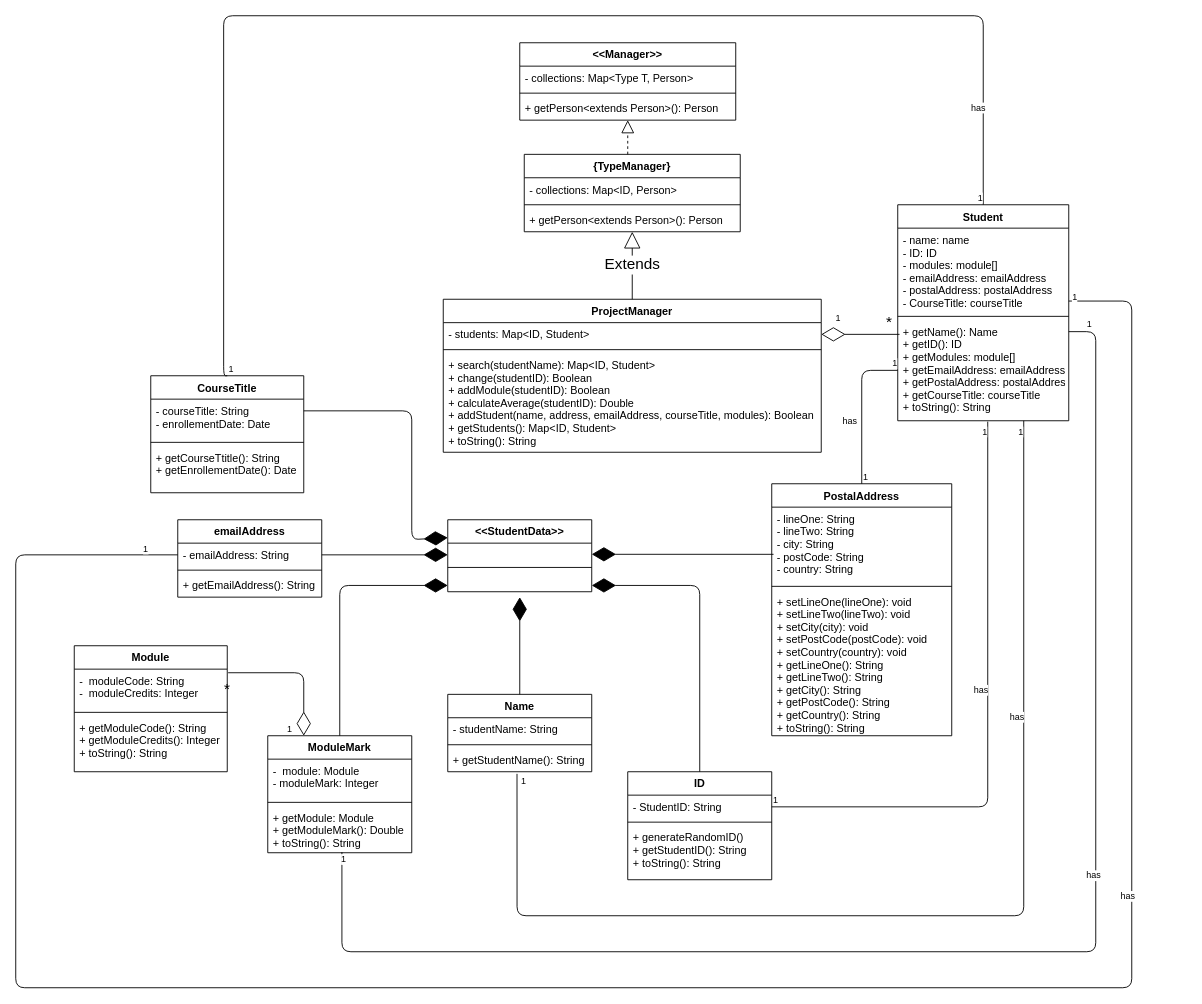
Above: Design/UML/UMLCSC2021.drawio in runnily/csc2021_assignment1 (draw.io), before the change. Source tidied: cells renumbered, new cells numbered last; positions are measured from the earlier drawing's top-left corner, leaving out a move shared by most shapes. Both pictures are drawn from the tidied source at 90%, with x=0, y=0 at pixel (15, 15).
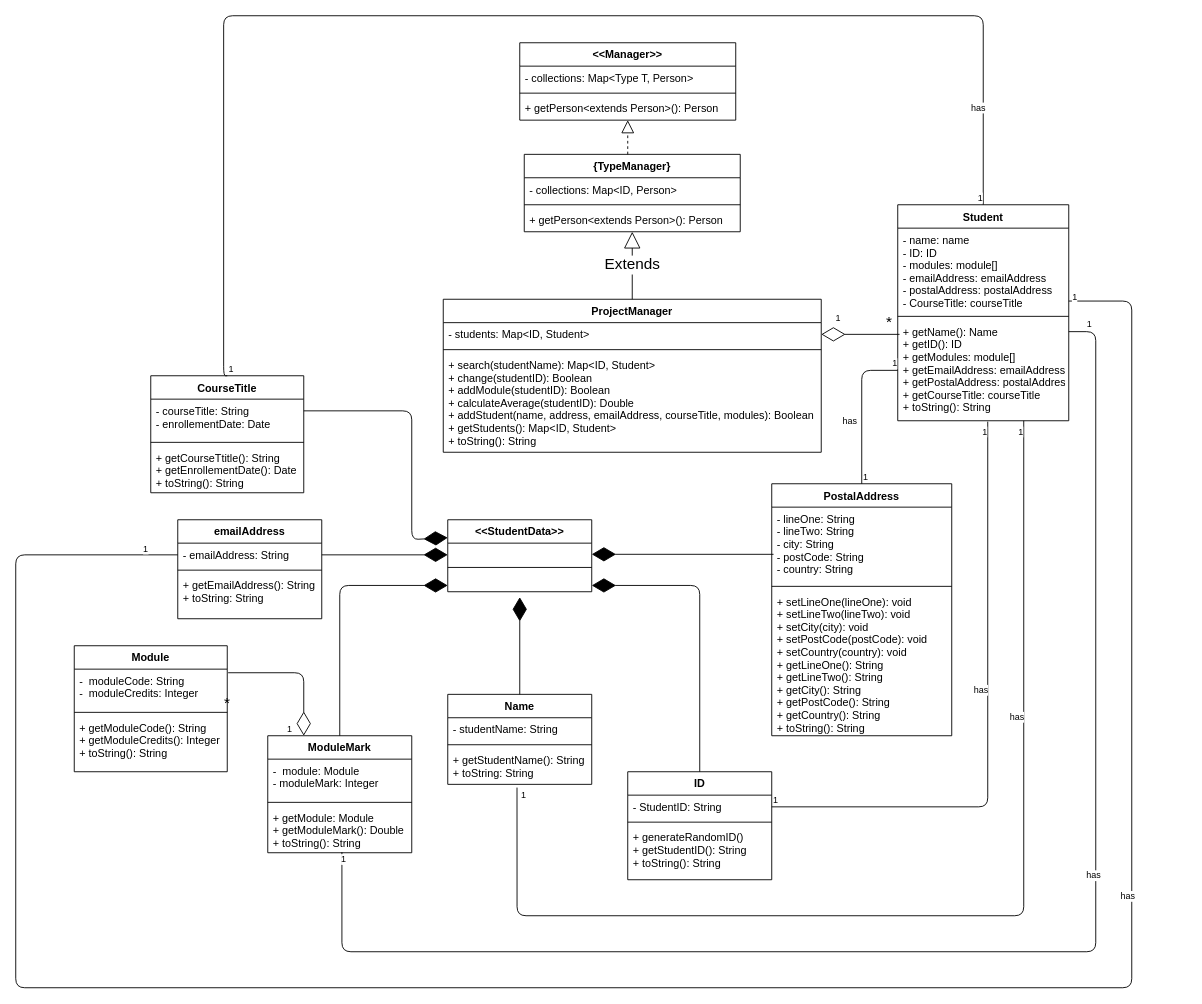
After the change.

Unchanged cells that the change refers to:
```xml
<mxCell id="46" value="CourseTitle" style="swimlane;fontStyle=1;align=center;verticalAlign=top;horizontal=1;startSize=26;" parent="1" vertex="1">
  <mxGeometry x="150" y="400" width="170" height="130" as="geometry" />
</mxCell>
```

Diff of the diagram source:
```diff
@@
     <mxCell id="25" value="Name" style="swimlane;fontStyle=1;align=center;verticalAlign=top;horizontal=1;startSize=26;" parent="1" vertex="1">
-      <mxGeometry x="480" y="754" width="160" height="86" as="geometry" />
+      <mxGeometry x="480" y="754" width="160" height="100" as="geometry" />
     </mxCell>
@@
-    <mxCell id="28" value="+ getStudentName(): String" style="text;strokeColor=none;fillColor=none;align=left;verticalAlign=top;spacingLeft=4;spacingRight=4;overflow=hidden;points=[[0,0.5],[1,0.5]];portConstraint=eastwest;" parent="25" vertex="1">
-      <mxGeometry y="60" width="160" height="26" as="geometry" />
+    <mxCell id="28" value="+ getStudentName(): String&#10;+ toString: String" style="text;strokeColor=none;fillColor=none;align=left;verticalAlign=top;spacingLeft=4;spacingRight=4;overflow=hidden;points=[[0,0.5],[1,0.5]];portConstraint=eastwest;" parent="25" vertex="1">
+      <mxGeometry y="60" width="160" height="40" as="geometry" />
     </mxCell>
@@
     <mxCell id="33" value="emailAddress" style="swimlane;fontStyle=1;align=center;verticalAlign=top;horizontal=1;startSize=26;" parent="1" vertex="1">
-      <mxGeometry x="180" y="560" width="160" height="86" as="geometry" />
+      <mxGeometry x="180" y="560" width="160" height="110" as="geometry" />
     </mxCell>
@@
-    <mxCell id="36" value="+ getEmailAddress(): String" style="text;strokeColor=none;fillColor=none;align=left;verticalAlign=top;spacingLeft=4;spacingRight=4;overflow=hidden;" parent="33" vertex="1">
-      <mxGeometry y="60" width="160" height="26" as="geometry" />
+    <mxCell id="36" value="+ getEmailAddress(): String&#10;+ toString: String" style="text;strokeColor=none;fillColor=none;align=left;verticalAlign=top;spacingLeft=4;spacingRight=4;overflow=hidden;" parent="33" vertex="1">
+      <mxGeometry y="60" width="160" height="50" as="geometry" />
     </mxCell>
@@
-    <mxCell id="49" value="+ getCourseTtitle(): String&#10;+ getEnrollementDate(): Date" style="text;strokeColor=none;fillColor=none;align=left;verticalAlign=top;spacingLeft=4;spacingRight=4;overflow=hidden;" parent="46" vertex="1">
+    <mxCell id="49" value="+ getCourseTtitle(): String&#10;+ getEnrollementDate(): Date&#10;+ toString(): String" style="text;strokeColor=none;fillColor=none;align=left;verticalAlign=top;spacingLeft=4;spacingRight=4;overflow=hidden;" parent="46" vertex="1">
       <mxGeometry y="78" width="170" height="52" as="geometry" />
     </mxCell>
```
